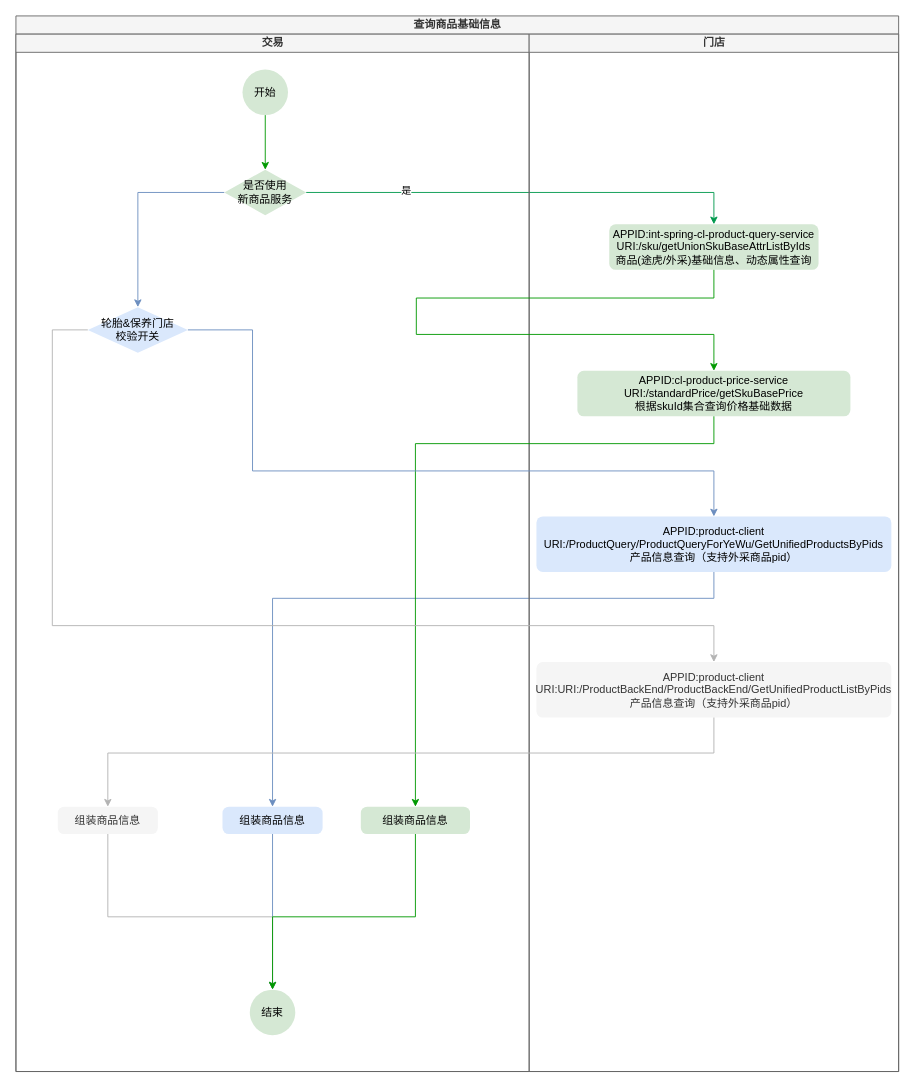
The draw.io diagram ProductInfo.drawio in tmdrk/springboot-brief, before the edit. Source tidied: cells renumbered, new cells numbered last; positions are measured from the earlier drawing's top-left corner, leaving out a move shared by most shapes. Both pictures are drawn from the tidied source at 91%, with x=0, y=0 at pixel (15, 15).
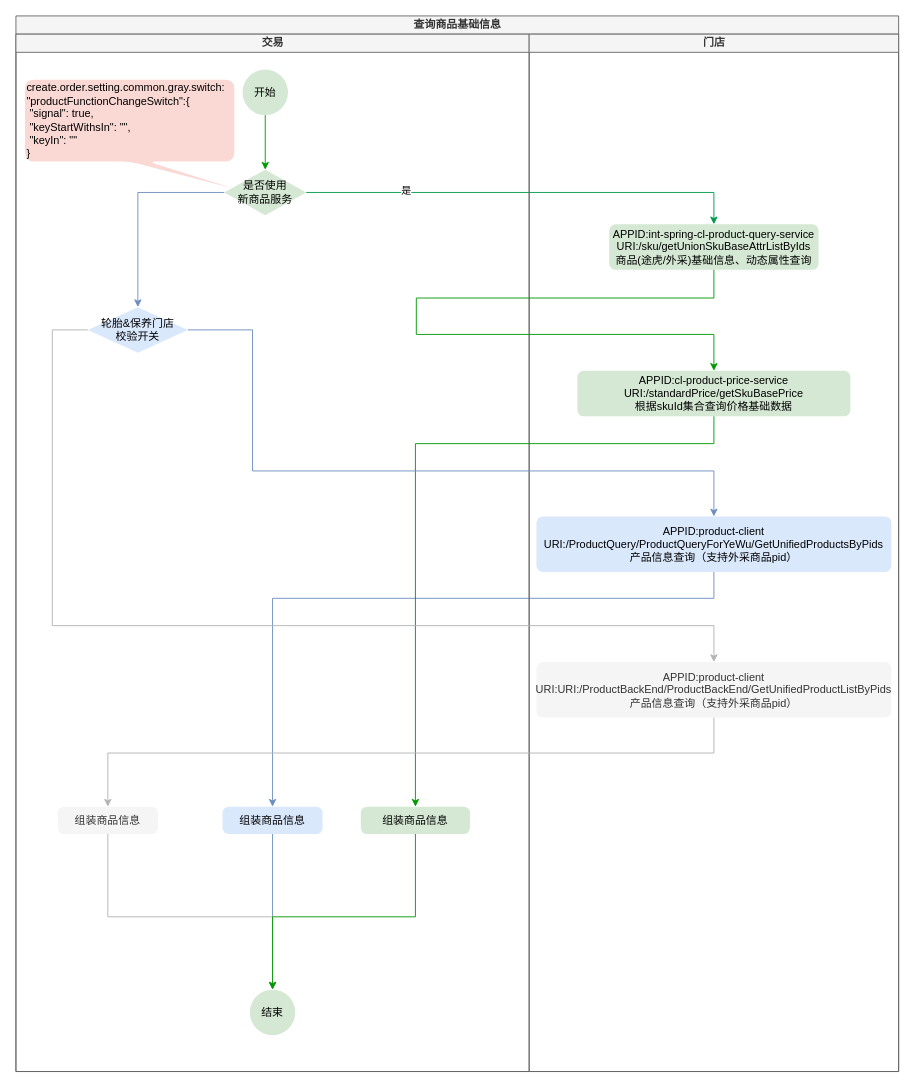
Above is the later version.

The change refers to these unchanged cells:
```xml
<mxCell id="6" value="交易" style="swimlane;startSize=20;html=1;fillColor=#f5f5f5;fontColor=#333333;strokeColor=#666666;" parent="2" vertex="1">
  <mxGeometry y="20" width="564" height="1140" as="geometry" />
</mxCell>
```

The edit, as a diff of the source:
```diff
@@
+    <mxCell id="29" value="create.order.setting.common.gray.switch:&lt;br&gt;&lt;div style=&quot;&quot;&gt;&quot;productFunctionChangeSwitch&quot;:&lt;span style=&quot;background-color: initial;&quot;&gt;{&lt;/span&gt;&lt;/div&gt;&lt;div style=&quot;&quot;&gt;&lt;span style=&quot;background-color: initial;&quot;&gt;&lt;span style=&quot;white-space: pre;&quot;&gt; &lt;/span&gt;&quot;signal&quot;: true,&lt;/span&gt;&lt;/div&gt;&lt;div style=&quot;&quot;&gt;&lt;span style=&quot;white-space: pre;&quot;&gt; &lt;/span&gt;&quot;keyStartWithsIn&quot;: &quot;&quot;,&lt;/div&gt;&lt;div style=&quot;&quot;&gt;&lt;span style=&quot;white-space: pre;&quot;&gt; &lt;/span&gt;&quot;keyIn&quot;: &quot;&quot;&lt;/div&gt;&lt;div style=&quot;&quot;&gt;}&lt;br&gt;&lt;/div&gt;" style="shape=callout;whiteSpace=wrap;html=1;perimeter=calloutPerimeter;position2=1;fillColor=#fad9d5;strokeColor=none;rounded=1;align=left;" parent="6" vertex="1">
+      <mxGeometry x="10" y="50" width="230" height="120" as="geometry" />
+    </mxCell>
```
